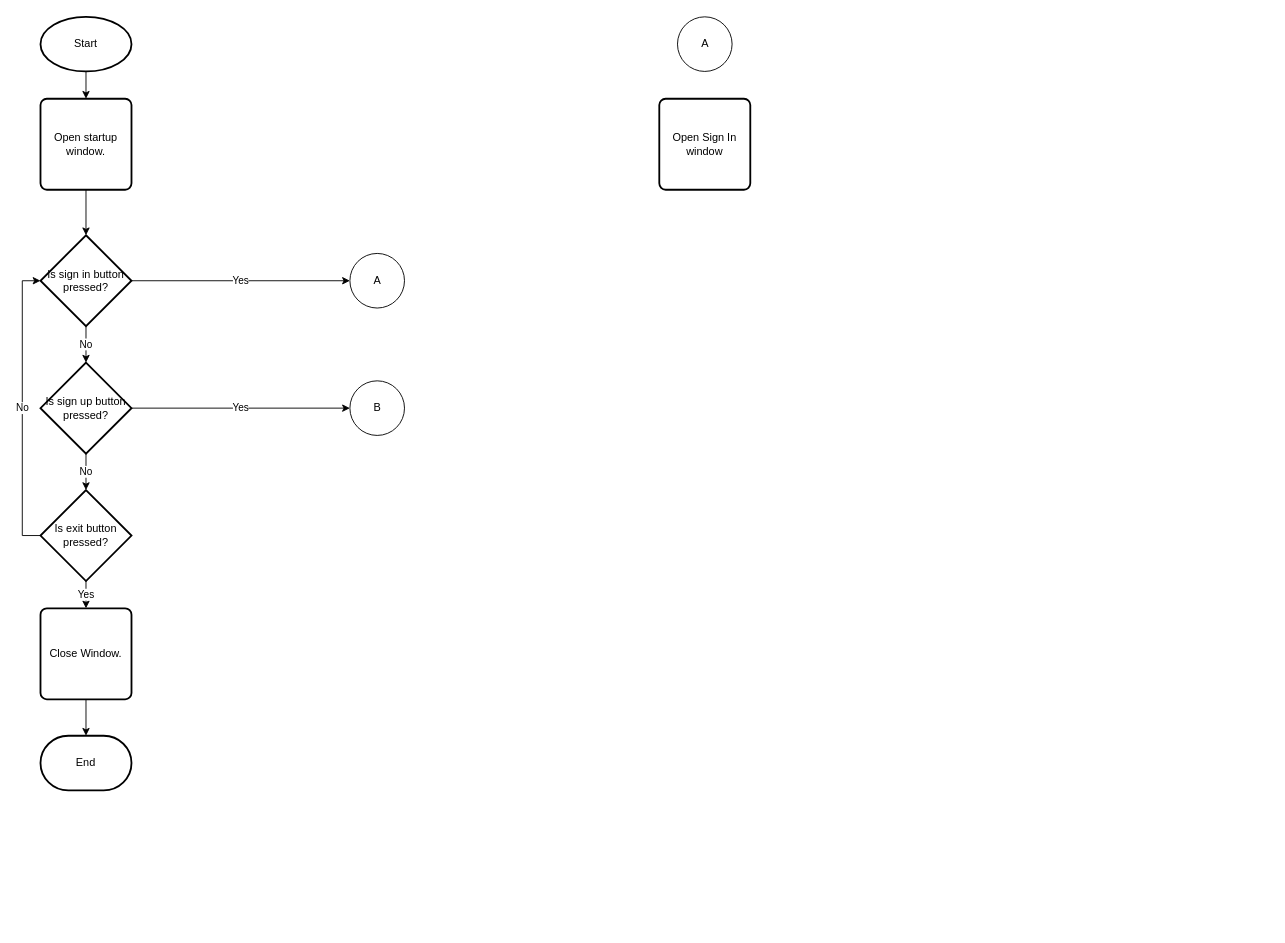
The draw.io diagram NEA.drawio in SparkyRobin/NEA, before the edit. Source tidied: cells renumbered, new cells numbered last; positions are measured from the earlier drawing's top-left corner, leaving out a move shared by most shapes. Both pictures are drawn from the tidied source at 91%, with x=0, y=0 at pixel (40, 16).
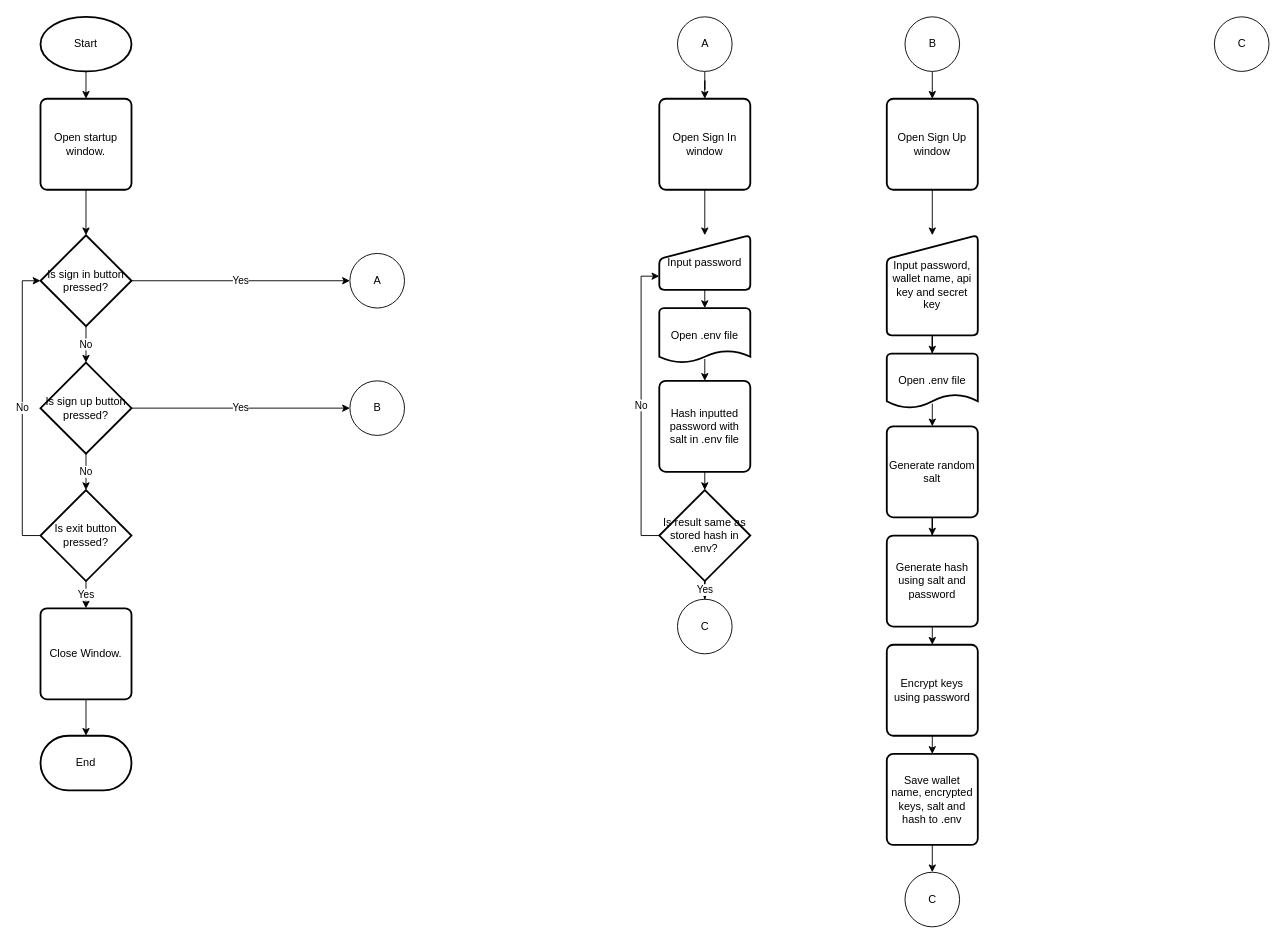
Above is the later version.

Unchanged cells that the change refers to:
```xml
<mxCell id="20" value="A" style="verticalLabelPosition=middle;verticalAlign=middle;html=1;shape=mxgraph.flowchart.on-page_reference;labelPosition=center;align=center;" parent="1" vertex="1">
  <mxGeometry x="700" width="60" height="60" as="geometry" />
</mxCell>
<mxCell id="21" value="Open Sign In window" style="rounded=1;whiteSpace=wrap;html=1;absoluteArcSize=1;arcSize=14;strokeWidth=2;" parent="1" vertex="1">
  <mxGeometry x="680" y="90" width="100" height="100" as="geometry" />
</mxCell>
```

Diff of the diagram source:
```diff
@@
+    <mxCell id="22" style="edgeStyle=orthogonalEdgeStyle;rounded=0;jettySize=auto;html=1;exitX=0.5;exitY=1;exitDx=0;exitDy=0;exitPerimeter=0;" parent="1" edge="1" source="20" target="21">
+      <mxGeometry relative="1" as="geometry" />
+    </mxCell>
@@
+    <mxCell id="23" style="edgeStyle=orthogonalEdgeStyle;rounded=0;jettySize=auto;html=1;exitX=0.5;exitY=1;exitDx=0;exitDy=0;" parent="1" edge="1" source="21" target="34">
+      <mxGeometry relative="1" as="geometry" />
+    </mxCell>
@@
+    <mxCell id="24" style="edgeStyle=orthogonalEdgeStyle;rounded=0;jettySize=auto;html=1;exitX=0.5;exitY=1;exitDx=0;exitDy=0;entryX=0.5;entryY=0;entryDx=0;entryDy=0;entryPerimeter=0;" parent="1" edge="1" target="30">
+      <mxGeometry relative="1" as="geometry">
+        <mxPoint x="730" y="300" as="sourcePoint" />
+      </mxGeometry>
+    </mxCell>
+    <mxCell id="25" value="C" style="verticalLabelPosition=middle;verticalAlign=middle;html=1;shape=mxgraph.flowchart.on-page_reference;labelPosition=center;align=center;" parent="1" vertex="1">
+      <mxGeometry x="700" y="640" width="60" height="60" as="geometry" />
+    </mxCell>
+    <mxCell id="26" style="edgeStyle=orthogonalEdgeStyle;rounded=0;jettySize=auto;html=1;exitX=0.5;exitY=1;exitDx=0;exitDy=0;exitPerimeter=0;entryX=0.5;entryY=0;entryDx=0;entryDy=0;" parent="1" edge="1" source="27" target="29">
+      <mxGeometry relative="1" as="geometry" />
+    </mxCell>
+    <mxCell id="27" value="B" style="verticalLabelPosition=middle;verticalAlign=middle;html=1;shape=mxgraph.flowchart.on-page_reference;labelPosition=center;align=center;" parent="1" vertex="1">
+      <mxGeometry x="950" width="60" height="60" as="geometry" />
+    </mxCell>
+    <mxCell id="28" style="edgeStyle=orthogonalEdgeStyle;rounded=0;jettySize=auto;html=1;exitX=0.5;exitY=1;exitDx=0;exitDy=0;" parent="1" edge="1" source="29" target="39">
+      <mxGeometry relative="1" as="geometry" />
+    </mxCell>
+    <mxCell id="29" value="Open Sign Up window" style="rounded=1;whiteSpace=wrap;html=1;absoluteArcSize=1;arcSize=14;strokeWidth=2;" parent="1" vertex="1">
+      <mxGeometry x="930" y="90" width="100" height="100" as="geometry" />
+    </mxCell>
+    <mxCell id="30" value="Open .env file" style="strokeWidth=2;html=1;shape=mxgraph.flowchart.document2;whiteSpace=wrap;size=0.21666666666666667;" parent="1" vertex="1">
+      <mxGeometry x="680" y="320" width="100" height="60" as="geometry" />
+    </mxCell>
+    <mxCell id="31" style="edgeStyle=orthogonalEdgeStyle;rounded=0;jettySize=auto;html=1;exitX=0.5;exitY=1;exitDx=0;exitDy=0;entryX=0.5;entryY=0;entryDx=0;entryDy=0;entryPerimeter=0;" parent="1" edge="1" source="32" target="37">
+      <mxGeometry relative="1" as="geometry" />
+    </mxCell>
+    <mxCell id="32" value="Hash inputted password with salt in .env file" style="rounded=1;whiteSpace=wrap;html=1;absoluteArcSize=1;arcSize=14;strokeWidth=2;" parent="1" vertex="1">
+      <mxGeometry x="680" y="400" width="100" height="100" as="geometry" />
+    </mxCell>
+    <mxCell id="33" style="endArrow=classic;html=1;rounded=0;exitX=0.5;exitY=0.933;exitDx=0;exitDy=0;exitPerimeter=0;" parent="1" edge="1" source="30" target="32">
+      <mxGeometry relative="1" as="geometry" />
+    </mxCell>
+    <mxCell id="34" value="Input password" style="html=1;strokeWidth=2;shape=manualInput;whiteSpace=wrap;rounded=1;size=26;arcSize=11;" parent="1" vertex="1">
+      <mxGeometry x="680" y="240" width="100" height="60" as="geometry" />
+    </mxCell>
+    <mxCell id="35" value="Yes" style="edgeStyle=orthogonalEdgeStyle;rounded=0;jettySize=auto;html=1;exitX=0.5;exitY=1;exitDx=0;exitDy=0;exitPerimeter=0;" parent="1" edge="1" source="37" target="25">
+      <mxGeometry relative="1" as="geometry" />
+    </mxCell>
+    <mxCell id="36" value="No" style="edgeStyle=orthogonalEdgeStyle;rounded=0;jettySize=auto;html=1;exitX=0;exitY=0.5;exitDx=0;exitDy=0;exitPerimeter=0;entryX=0;entryY=0.75;entryDx=0;entryDy=0;" parent="1" edge="1" source="37" target="34">
+      <mxGeometry relative="1" as="geometry" />
+    </mxCell>
+    <mxCell id="37" value="Is result same as stored hash in .env?" style="strokeWidth=2;html=1;shape=mxgraph.flowchart.decision;whiteSpace=wrap;" parent="1" vertex="1">
+      <mxGeometry x="680" y="520" width="100" height="100" as="geometry" />
+    </mxCell>
+    <mxCell id="38" style="edgeStyle=orthogonalEdgeStyle;rounded=0;jettySize=auto;html=1;exitX=0.5;exitY=1;exitDx=0;exitDy=0;" parent="1" edge="1" source="39" target="40">
+      <mxGeometry relative="1" as="geometry" />
+    </mxCell>
+    <mxCell id="39" value="Input password, wallet name, api key and secret key" style="html=1;strokeWidth=2;shape=manualInput;whiteSpace=wrap;rounded=1;size=26;arcSize=11;" parent="1" vertex="1">
+      <mxGeometry x="930" y="240" width="100" height="110" as="geometry" />
+    </mxCell>
+    <mxCell id="40" value="Open .env file" style="strokeWidth=2;html=1;shape=mxgraph.flowchart.document2;whiteSpace=wrap;size=0.25;" parent="1" vertex="1">
+      <mxGeometry x="930" y="370" width="100" height="60" as="geometry" />
+    </mxCell>
+    <mxCell id="41" style="edgeStyle=orthogonalEdgeStyle;rounded=0;jettySize=auto;html=1;exitX=0.5;exitY=1;exitDx=0;exitDy=0;" parent="1" edge="1" source="42" target="44">
+      <mxGeometry relative="1" as="geometry" />
+    </mxCell>
+    <mxCell id="42" value="Generate random salt" style="rounded=1;whiteSpace=wrap;html=1;absoluteArcSize=1;arcSize=14;strokeWidth=2;" parent="1" vertex="1">
+      <mxGeometry x="930" y="450" width="100" height="100" as="geometry" />
+    </mxCell>
+    <mxCell id="43" style="edgeStyle=orthogonalEdgeStyle;rounded=0;jettySize=auto;html=1;exitX=0.5;exitY=1;exitDx=0;exitDy=0;entryX=0.5;entryY=0;entryDx=0;entryDy=0;" parent="1" edge="1" source="44" target="46">
+      <mxGeometry relative="1" as="geometry" />
+    </mxCell>
+    <mxCell id="44" value="Generate hash using salt and password" style="rounded=1;whiteSpace=wrap;html=1;absoluteArcSize=1;arcSize=14;strokeWidth=2;" parent="1" vertex="1">
+      <mxGeometry x="930" y="570" width="100" height="100" as="geometry" />
+    </mxCell>
+    <mxCell id="45" style="edgeStyle=orthogonalEdgeStyle;rounded=0;jettySize=auto;html=1;exitX=0.5;exitY=1;exitDx=0;exitDy=0;entryX=0.5;entryY=0;entryDx=0;entryDy=0;" parent="1" edge="1" source="46" target="48">
+      <mxGeometry relative="1" as="geometry" />
+    </mxCell>
+    <mxCell id="46" value="Encrypt keys using password" style="rounded=1;whiteSpace=wrap;html=1;absoluteArcSize=1;arcSize=14;strokeWidth=2;" parent="1" vertex="1">
+      <mxGeometry x="930" y="690" width="100" height="100" as="geometry" />
+    </mxCell>
+    <mxCell id="47" style="edgeStyle=orthogonalEdgeStyle;rounded=0;jettySize=auto;html=1;exitX=0.5;exitY=1;exitDx=0;exitDy=0;entryX=0.5;entryY=0;entryDx=0;entryDy=0;entryPerimeter=0;" parent="1" edge="1" source="48" target="49">
+      <mxGeometry relative="1" as="geometry" />
+    </mxCell>
+    <mxCell id="48" value="Save wallet name, encrypted keys, salt and hash to .env" style="rounded=1;whiteSpace=wrap;html=1;absoluteArcSize=1;arcSize=14;strokeWidth=2;" parent="1" vertex="1">
+      <mxGeometry x="930" y="810" width="100" height="100" as="geometry" />
+    </mxCell>
+    <mxCell id="49" value="C" style="verticalLabelPosition=middle;verticalAlign=middle;html=1;shape=mxgraph.flowchart.on-page_reference;labelPosition=center;align=center;" parent="1" vertex="1">
+      <mxGeometry x="950" y="940" width="60" height="60" as="geometry" />
+    </mxCell>
+    <mxCell id="50" style="endArrow=classic;html=1;rounded=0;exitX=0.5;exitY=0.917;exitDx=0;exitDy=0;exitPerimeter=0;entryX=0.5;entryY=0;entryDx=0;entryDy=0;" parent="1" edge="1" source="40" target="42">
+      <mxGeometry relative="1" as="geometry" />
+    </mxCell>
+    <mxCell id="51" value="C" style="verticalLabelPosition=middle;verticalAlign=middle;html=1;shape=mxgraph.flowchart.on-page_reference;labelPosition=center;align=center;" parent="1" vertex="1">
+      <mxGeometry x="1290" width="60" height="60" as="geometry" />
+    </mxCell>
```
